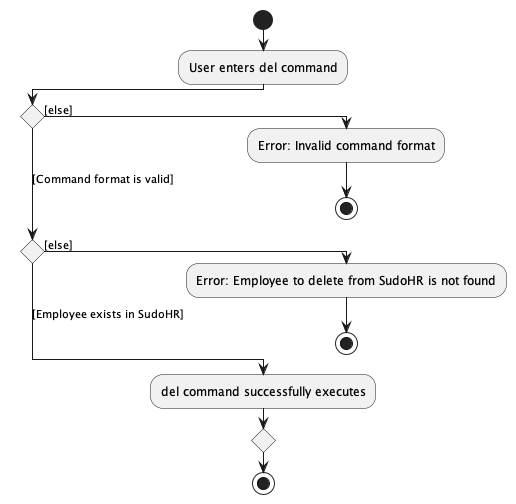
Earlier version of the PlantUML export docs/images/commands/employee/DeleteEmployeeActivityDiagram.png (nus-cs2103-AY2223S2/tp). Source of this version:
```plantuml
@startuml
!pragma useVerticalIf on
start
:User enters del command;
if () then ([else])
  :Error: Invalid command format;
  stop
([Command format is valid])elseif () then ([else])
  :Error: Employee to delete from SudoHR is not found;
   stop
else ([Employee exists in SudoHR])
  :del command successfully executes;
  endif
stop

@enduml
```
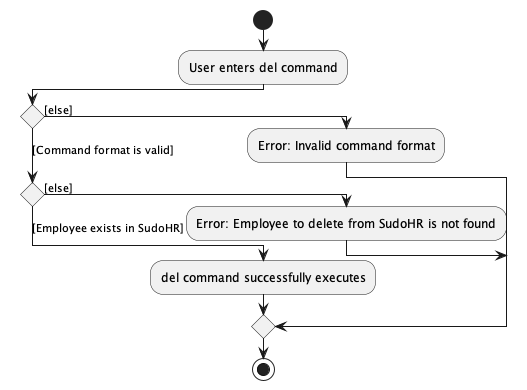
The same diagram one commit later.

Diff of the diagram source:
```diff
@@ -4,13 +4,14 @@
 :User enters del command;
 if () then ([else])
   :Error: Invalid command format;
-  stop
+
 ([Command format is valid])elseif () then ([else])
   :Error: Employee to delete from SudoHR is not found;
-   stop
+
 else ([Employee exists in SudoHR])
   :del command successfully executes;
-  endif
+
+endif
 stop
 
 @enduml
```
